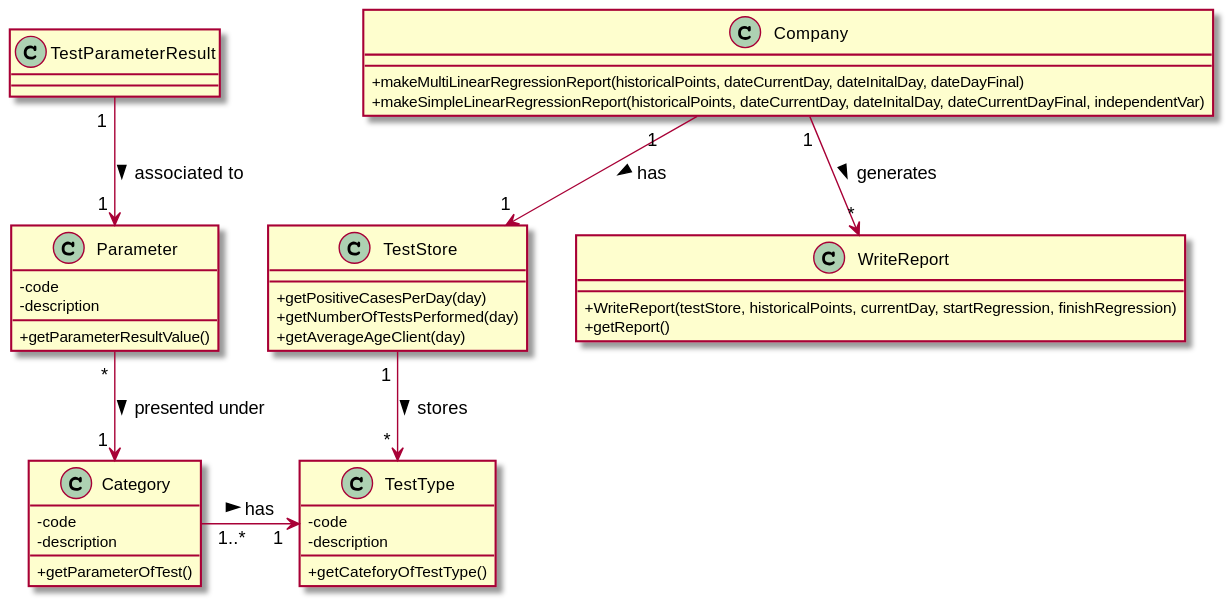
The PlantUML diagram docs/SprintD/US19/US19_DM.svg in MadDinosaur/ISEP-LAPR2, before a commit. Its diagram source:
```plantuml
@startuml

skinparam classAttributeIconSize 0

class Company {
+makeMultiLinearRegressionReport(historicalPoints, dateCurrentDay, dateInitalDay, dateDayFinal)
+makeSimpleLinearRegressionReport(historicalPoints, dateCurrentDay, dateInitalDay, dateCurrentDayFinal, independentVar)
}

class TestStore{
+getPositiveCasesPerDay(day)
+getNumberOfTestsPerformed(day)
+getAverageAgeClient(day)
}

class Category {
-code
-description
+getParameterOfTest()
}

class TestType {
-code
-description
+getCateforyOfTestType()
}

class Parameter {
-code
-description
+getParameterResultValue()
}

class WriteReport {
+WriteReport(testStore, historicalPoints, currentDay, startRegression, finishRegression)
+getReport()
}

Company "1    "-->"1  " TestStore : > has
Company "1"-->"*" WriteReport : > generates
TestStore "1 "-->" * " TestType : > stores
Category " 1..* "->"  1 " TestType : > has
Parameter " * "-->" 1 " Category : presented under >
TestParameterResult " 1 "-->" 1 " Parameter : associated to >

@enduml
```
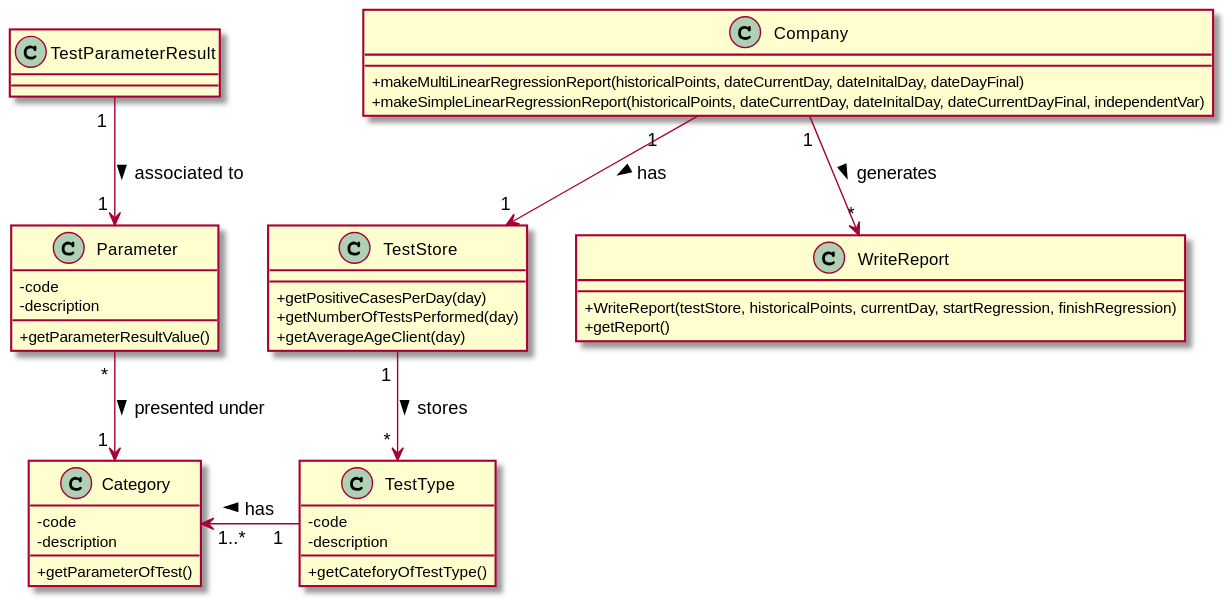
Later version of the same file.

The edit, as a diff of the source:
```diff
@@ -39,7 +39,7 @@
 Company "1    "-->"1  " TestStore : > has
 Company "1"-->"*" WriteReport : > generates
 TestStore "1 "-->" * " TestType : > stores
-Category " 1..* "->"  1 " TestType : > has
+Category " 1..* "<-"  1 " TestType : < has
 Parameter " * "-->" 1 " Category : presented under >
 TestParameterResult " 1 "-->" 1 " Parameter : associated to >
 
```
